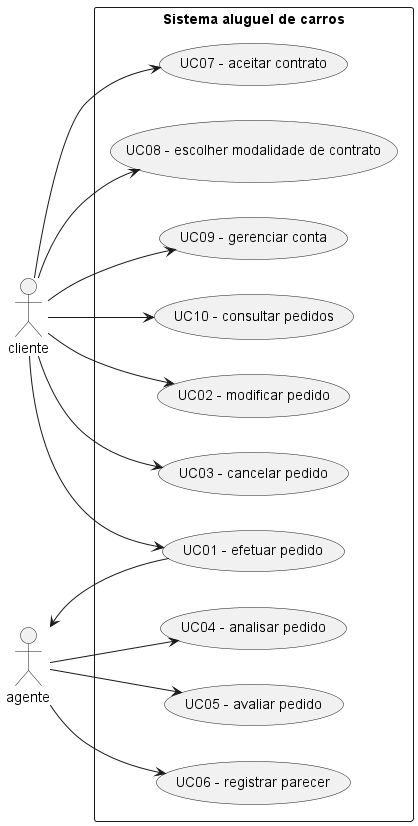
brunokilo/lab02-aluguel-carros keeps this PlantUML diagram as docs/diagramas/casos-de-uso.png. Above is the earlier version.
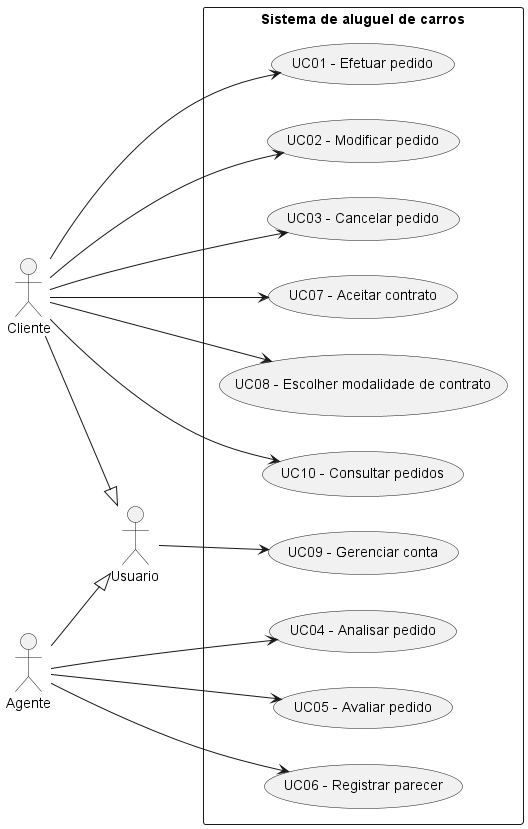
After the change.

Commit message:
feat: atualizar diagramas de casos de uso e classes com novas entidades e relacionamentos

Diff of the diagram source:
```diff
@@ -2,32 +2,37 @@
 left to right direction
 skinparam packageStyle rectangle
 
+actor Usuario
+actor Cliente
+actor Agente
 
-actor cliente
-actor agente
+Cliente --|> Usuario
+Agente --|> Usuario
 
-rectangle "Sistema aluguel de carros" {
-  usecase "UC01 - efetuar pedido" as UC01
-  usecase "UC02 - modificar pedido" as UC02
-  usecase "UC03 - cancelar pedido" as UC03
-  usecase "UC04 - analisar pedido" as UC04
-  usecase "UC05 - avaliar pedido" as UC05
-  usecase "UC06 - registrar parecer" as UC06
-  usecase "UC07 - aceitar contrato" as UC07
-  usecase "UC08 - escolher modalidade de contrato" as UC08
-  usecase "UC09 - gerenciar conta" as UC09
-  usecase "UC10 - consultar pedidos" as UC10
+rectangle "Sistema de aluguel de carros" {
+    usecase "UC01 - Efetuar pedido" as UC01
+    usecase "UC02 - Modificar pedido" as UC02
+    usecase "UC03 - Cancelar pedido" as UC03
+    usecase "UC04 - Analisar pedido" as UC04
+    usecase "UC05 - Avaliar pedido" as UC05
+    usecase "UC06 - Registrar parecer" as UC06
+    usecase "UC07 - Aceitar contrato" as UC07
+    usecase "UC08 - Escolher modalidade de contrato" as UC08
+    usecase "UC09 - Gerenciar conta" as UC09
+    usecase "UC10 - Consultar pedidos" as UC10
 }
 
-cliente --> (UC01)
-cliente --> (UC02)
-cliente --> (UC03)
-cliente --> (UC07)
-cliente --> (UC08)
-cliente --> (UC09)
-cliente --> (UC10)
-agente --> (UC04)
-agente --> (UC05)
-agente --> (UC06)
-(UC01) --> agente
+Usuario --> UC09
+
+Cliente --> UC01
+Cliente --> UC02
+Cliente --> UC03
+Cliente --> UC07
+Cliente --> UC08
+Cliente --> UC10
+
+Agente --> UC04
+Agente --> UC05
+Agente --> UC06
+
 @enduml
```
